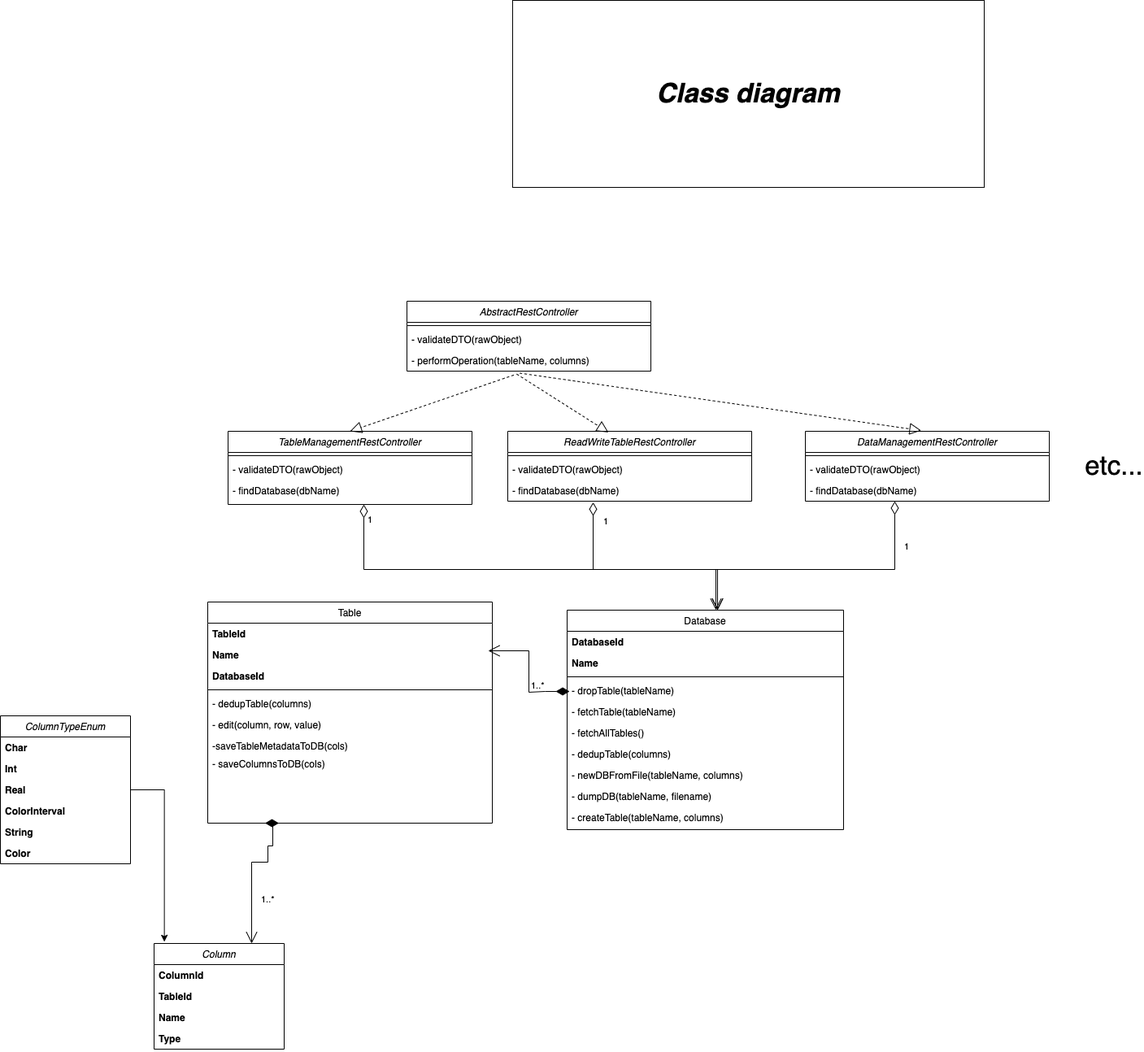
krispycrem/IT keeps this draw.io diagram as img/Stage 1/Class diagram.png. Above is the earlier version. Source tidied: cells renumbered, new cells last; positions are measured from the earlier drawing's top-left corner, leaving out a move shared by most shapes.
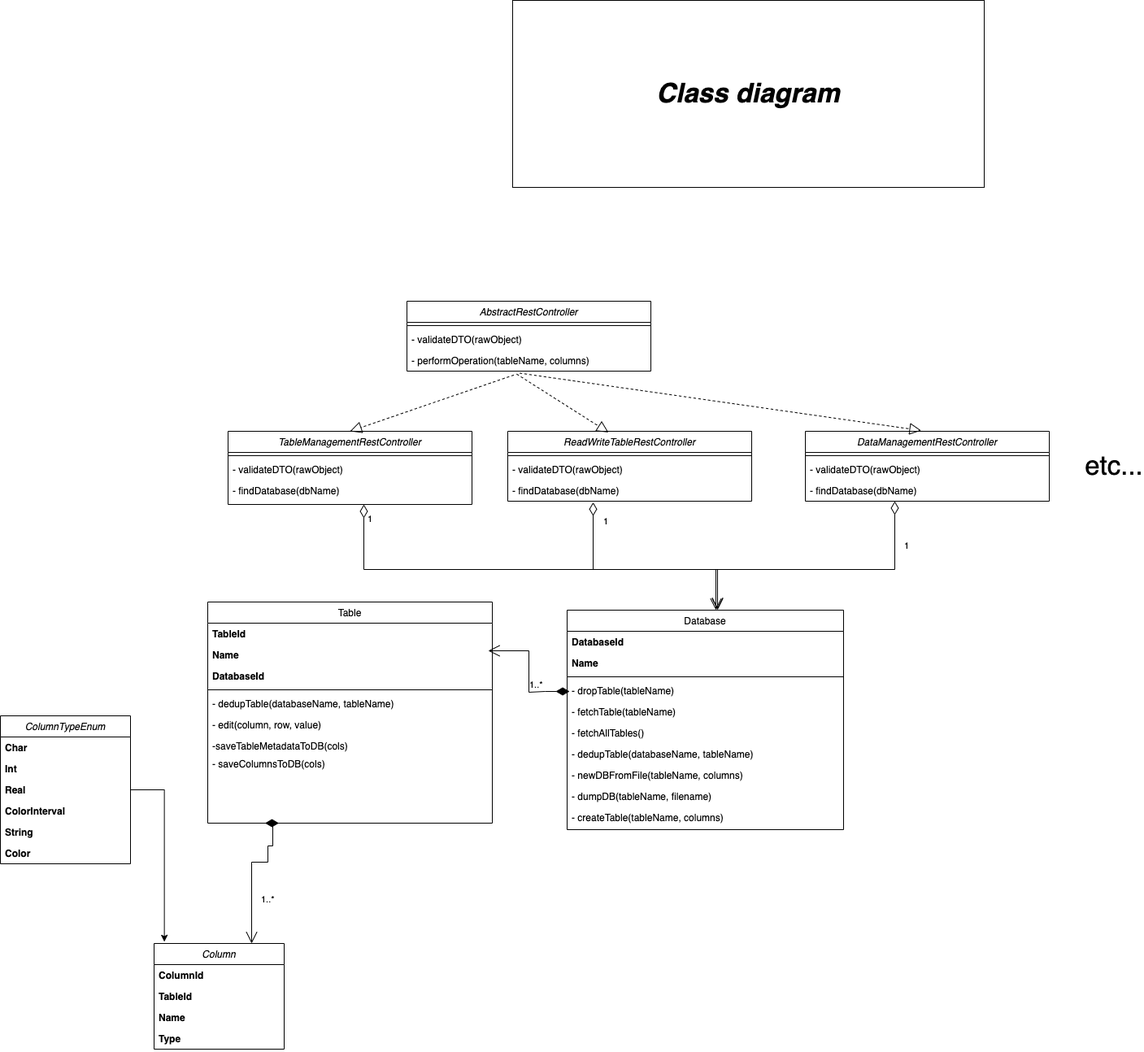
Above is the later version.

Diff of the diagram source:
```diff
@@ -32,7 +32,7 @@
     <mxCell id="11" style="line;html=1;strokeWidth=1;align=left;verticalAlign=middle;spacingTop=-1;spacingLeft=3;spacingRight=3;labelPosition=right;" parent="7" vertex="1">
       <mxGeometry y="104" width="350" height="8" as="geometry" />
     </mxCell>
-    <mxCell id="12" value="- dedupTable(columns)" style="text;align=left;verticalAlign=top;spacingLeft=4;spacingRight=4;overflow=hidden;" parent="7" vertex="1">
+    <mxCell id="12" value="- dedupTable(databaseName, tableName)" style="text;align=left;verticalAlign=top;spacingLeft=4;spacingRight=4;overflow=hidden;" parent="7" vertex="1">
       <mxGeometry y="112" width="350" height="26" as="geometry" />
     </mxCell>
     <mxCell id="13" value="- edit(column, row, value)" style="text;align=left;verticalAlign=top;spacingLeft=4;spacingRight=4;overflow=hidden;" parent="7" vertex="1">
@@ -204,7 +204,7 @@
     <mxCell id="56" value="- fetchAllTables()" style="text;align=left;verticalAlign=top;spacingLeft=4;spacingRight=4;overflow=hidden;fontStyle=0;" parent="50" vertex="1">
       <mxGeometry y="138" width="340" height="26" as="geometry" />
     </mxCell>
-    <mxCell id="57" value="- dedupTable(columns)" style="text;align=left;verticalAlign=top;spacingLeft=4;spacingRight=4;overflow=hidden;" parent="50" vertex="1">
+    <mxCell id="57" value="- dedupTable(databaseName, tableName)" style="text;align=left;verticalAlign=top;spacingLeft=4;spacingRight=4;overflow=hidden;" parent="50" vertex="1">
       <mxGeometry y="164" width="340" height="26" as="geometry" />
     </mxCell>
     <mxCell id="58" value="- newDBFromFile(tableName, columns)" style="text;align=left;verticalAlign=top;spacingLeft=4;spacingRight=4;overflow=hidden;" parent="50" vertex="1">
```
